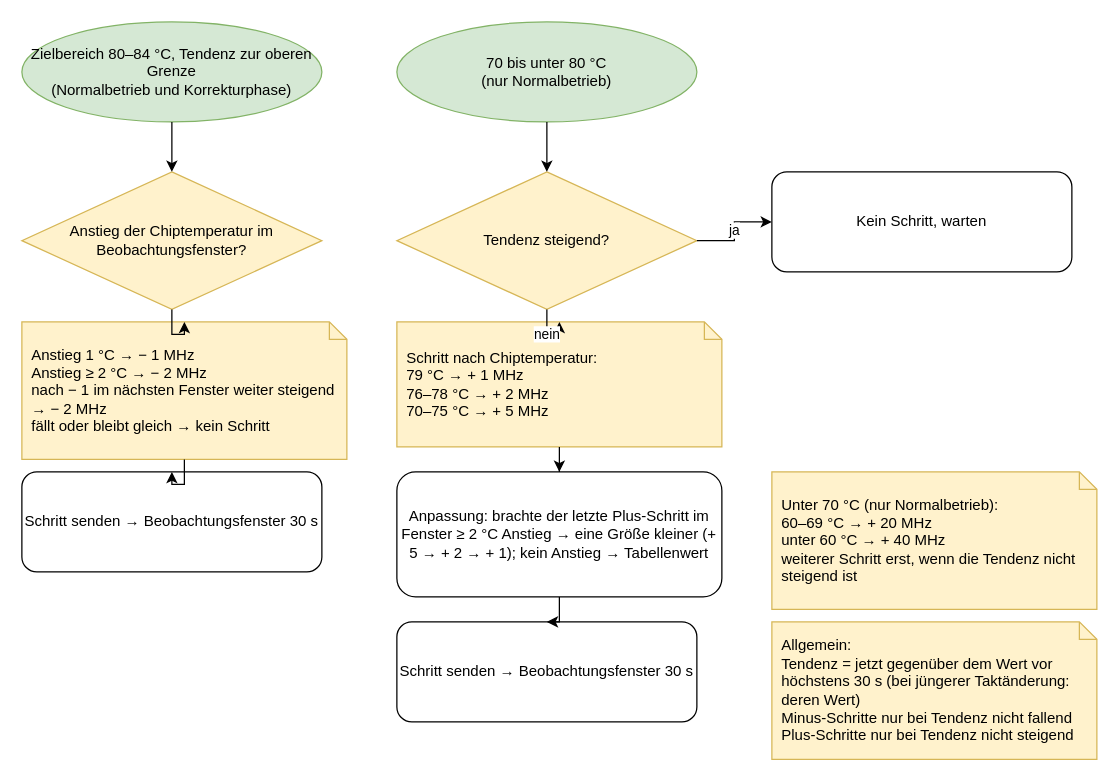
Above: page "3 Feinschritte" (3 of 8) of docs/claude/Regelungslogik-Luefter-Takt.drawio in lieferbaer/miner-sentinel (draw.io), before the change. Source tidied: cells renumbered, new cells numbered last; positions are measured from the earlier drawing's top-left corner, leaving out a move shared by most shapes. Both pictures are drawn from the tidied source at 125%, with x=0, y=0 at pixel (21, 21).
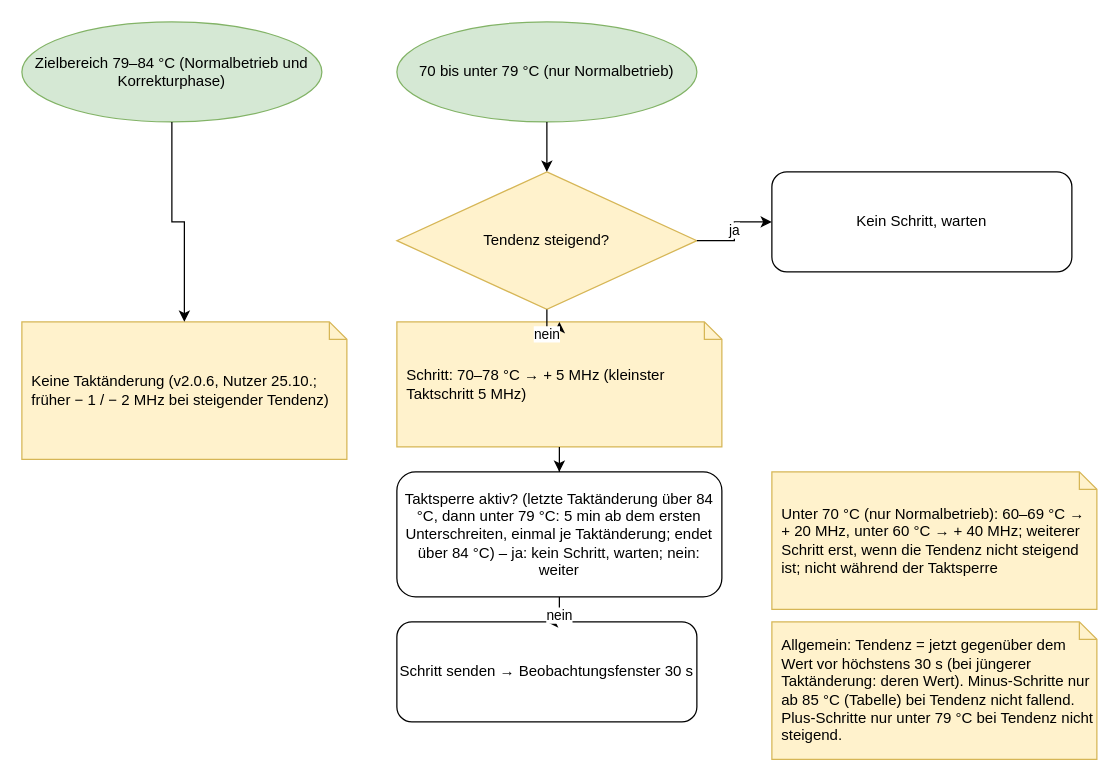
The same page after the edit.

Unchanged cells that the change refers to:
```xml
<mxCell id="11" value="Schritt senden → Beobachtungsfenster 30 s" style="rounded=1;whiteSpace=wrap;html=1;" parent="1" vertex="1">
  <mxGeometry x="300" y="480" width="240" height="80" as="geometry" />
</mxCell>
```

Change to the diagram source:
```diff
@@
-    <mxCell id="2" value="Zielbereich 80–84 °C, Tendenz zur oberen Grenze&lt;br&gt;(Normalbetrieb und Korrekturphase)" style="ellipse;whiteSpace=wrap;html=1;fillColor=#d5e8d4;strokeColor=#82b366;" parent="1" vertex="1">
+    <mxCell id="2" value="Zielbereich 79–84 °C (Normalbetrieb und Korrekturphase)" style="ellipse;whiteSpace=wrap;html=1;fillColor=#d5e8d4;strokeColor=#82b366;" parent="1" vertex="1">
       <mxGeometry width="240" height="80" as="geometry" />
     </mxCell>
-    <mxCell id="3" value="Anstieg der Chiptemperatur im Beobachtungsfenster?" style="rhombus;whiteSpace=wrap;html=1;fillColor=#fff2cc;strokeColor=#d6b656;" parent="1" vertex="1">
-      <mxGeometry y="120" width="240" height="110" as="geometry" />
-    </mxCell>
-    <mxCell id="4" value="Anstieg 1 °C → − 1 MHz&lt;br&gt;Anstieg ≥ 2 °C → − 2 MHz&lt;br&gt;nach − 1 im nächsten Fenster weiter steigend → − 2 MHz&lt;br&gt;fällt oder bleibt gleich → kein Schritt" style="shape=note;whiteSpace=wrap;html=1;size=14;fillColor=#fff2cc;strokeColor=#d6b656;align=left;spacingLeft=6;" parent="1" vertex="1">
+    <mxCell id="4" value="Keine Taktänderung (v2.0.6, Nutzer 25.10.; früher − 1 / − 2 MHz bei steigender Tendenz)" style="shape=note;whiteSpace=wrap;html=1;size=14;fillColor=#fff2cc;strokeColor=#d6b656;align=left;spacingLeft=6;" parent="1" vertex="1">
       <mxGeometry y="240" width="260" height="110" as="geometry" />
     </mxCell>
-    <mxCell id="5" value="Schritt senden → Beobachtungsfenster 30 s" style="rounded=1;whiteSpace=wrap;html=1;" parent="1" vertex="1">
-      <mxGeometry y="360" width="240" height="80" as="geometry" />
-    </mxCell>
-    <mxCell id="6" value="70 bis unter 80 °C&lt;br&gt;(nur Normalbetrieb)" style="ellipse;whiteSpace=wrap;html=1;fillColor=#d5e8d4;strokeColor=#82b366;" parent="1" vertex="1">
+    <mxCell id="6" value="70 bis unter 79 °C (nur Normalbetrieb)" style="ellipse;whiteSpace=wrap;html=1;fillColor=#d5e8d4;strokeColor=#82b366;" parent="1" vertex="1">
       <mxGeometry x="300" width="240" height="80" as="geometry" />
     </mxCell>
@@
-    <mxCell id="9" value="Schritt nach Chiptemperatur:&lt;br&gt;79 °C → + 1 MHz&lt;br&gt;76–78 °C → + 2 MHz&lt;br&gt;70–75 °C → + 5 MHz" style="shape=note;whiteSpace=wrap;html=1;size=14;fillColor=#fff2cc;strokeColor=#d6b656;align=left;spacingLeft=6;" parent="1" vertex="1">
+    <mxCell id="9" value="Schritt: 70–78 °C → + 5 MHz (kleinster Taktschritt 5 MHz)" style="shape=note;whiteSpace=wrap;html=1;size=14;fillColor=#fff2cc;strokeColor=#d6b656;align=left;spacingLeft=6;" parent="1" vertex="1">
       <mxGeometry x="300" y="240" width="260" height="100" as="geometry" />
     </mxCell>
-    <mxCell id="10" value="Anpassung: brachte der letzte Plus-Schritt im Fenster ≥ 2 °C Anstieg → eine Größe kleiner (+ 5 → + 2 → + 1); kein Anstieg → Tabellenwert" style="rounded=1;whiteSpace=wrap;html=1;" parent="1" vertex="1">
+    <mxCell id="10" value="Taktsperre aktiv? (letzte Taktänderung über 84 °C, dann unter 79 °C: 5 min ab dem ersten Unterschreiten, einmal je Taktänderung; endet über 84 °C) – ja: kein Schritt, warten; nein: weiter" style="rounded=1;whiteSpace=wrap;html=1;" parent="1" vertex="1">
       <mxGeometry x="300" y="360" width="260" height="100" as="geometry" />
     </mxCell>
@@
-    <mxCell id="12" value="Unter 70 °C (nur Normalbetrieb):&lt;br&gt;60–69 °C → + 20 MHz&lt;br&gt;unter 60 °C → + 40 MHz&lt;br&gt;weiterer Schritt erst, wenn die Tendenz nicht steigend ist" style="shape=note;whiteSpace=wrap;html=1;size=14;fillColor=#fff2cc;strokeColor=#d6b656;align=left;spacingLeft=6;" parent="1" vertex="1">
+    <mxCell id="12" value="Unter 70 °C (nur Normalbetrieb): 60–69 °C → + 20 MHz, unter 60 °C → + 40 MHz; weiterer Schritt erst, wenn die Tendenz nicht steigend ist; nicht während der Taktsperre" style="shape=note;whiteSpace=wrap;html=1;size=14;fillColor=#fff2cc;strokeColor=#d6b656;align=left;spacingLeft=6;" parent="1" vertex="1">
       <mxGeometry x="600" y="360" width="260" height="110" as="geometry" />
     </mxCell>
-    <mxCell id="13" value="Allgemein:&lt;br&gt;Tendenz = jetzt gegenüber dem Wert vor höchstens 30 s (bei jüngerer Taktänderung: deren Wert)&lt;br&gt;Minus-Schritte nur bei Tendenz nicht fallend&lt;br&gt;Plus-Schritte nur bei Tendenz nicht steigend" style="shape=note;whiteSpace=wrap;html=1;size=14;fillColor=#fff2cc;strokeColor=#d6b656;align=left;spacingLeft=6;" parent="1" vertex="1">
+    <mxCell id="13" value="Allgemein: Tendenz = jetzt gegenüber dem Wert vor höchstens 30 s (bei jüngerer Taktänderung: deren Wert). Minus-Schritte nur ab 85 °C (Tabelle) bei Tendenz nicht fallend. Plus-Schritte nur unter 79 °C bei Tendenz nicht steigend." style="shape=note;whiteSpace=wrap;html=1;size=14;fillColor=#fff2cc;strokeColor=#d6b656;align=left;spacingLeft=6;" parent="1" vertex="1">
       <mxGeometry x="600" y="480" width="260" height="110" as="geometry" />
     </mxCell>
-    <mxCell id="14" style="edgeStyle=orthogonalEdgeStyle;rounded=0;jettySize=auto;html=1;" parent="1" edge="1" source="2" target="3">
+    <mxCell id="14" style="edgeStyle=orthogonalEdgeStyle;rounded=0;jettySize=auto;html=1;" parent="1" edge="1" source="2" target="4">
       <mxGeometry relative="1" as="geometry" />
     </mxCell>
-    <mxCell id="15" style="edgeStyle=orthogonalEdgeStyle;rounded=0;jettySize=auto;html=1;" parent="1" edge="1" source="3" target="4">
-      <mxGeometry relative="1" as="geometry" />
-    </mxCell>
-    <mxCell id="16" style="edgeStyle=orthogonalEdgeStyle;rounded=0;jettySize=auto;html=1;" parent="1" edge="1" source="4" target="5">
-      <mxGeometry relative="1" as="geometry" />
-    </mxCell>
@@
-    <mxCell id="21" style="edgeStyle=orthogonalEdgeStyle;rounded=0;jettySize=auto;html=1;" parent="1" edge="1" source="10" target="11">
+    <mxCell id="21" value="nein" style="edgeStyle=orthogonalEdgeStyle;rounded=0;jettySize=auto;html=1;" parent="1" edge="1" source="10" target="11">
       <mxGeometry relative="1" as="geometry" />
     </mxCell>
```
